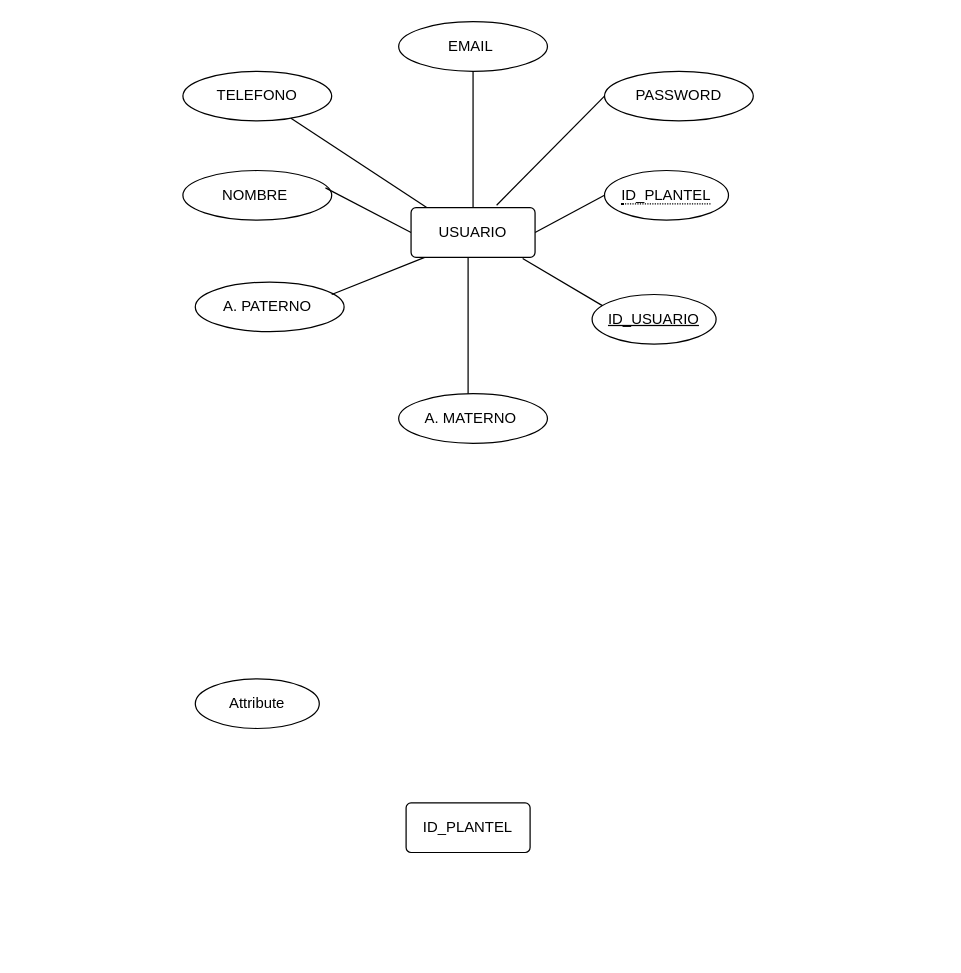
EricLujano/REPOSITORIO-BD-EGL keeps this draw.io diagram as Diagrama sin título.drawio. Above is the earlier version. Source tidied: cells renumbered, new cells numbered last; positions are measured from the earlier drawing's top-left corner, leaving out a move shared by most shapes. Both pictures are drawn from the tidied source at 124%, with x=0, y=0 at pixel (182, 21).
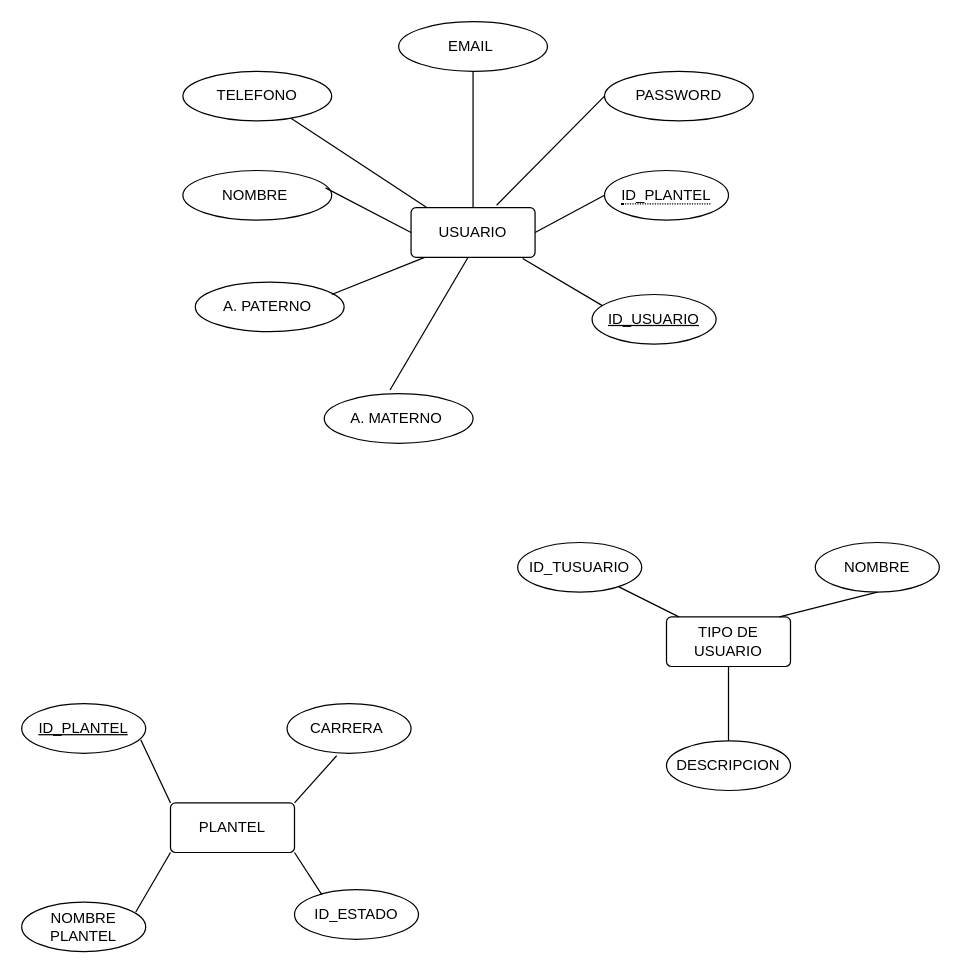
The same page after the edit.

Commit message:
TIPO DE USUARIO_EGL

Diff of the diagram source:
```diff
@@
     <mxCell id="5" value="A. MATERNO&amp;nbsp;" style="ellipse;whiteSpace=wrap;html=1;" parent="1" vertex="1">
-      <mxGeometry x="174" y="300" width="120" height="40" as="geometry" />
+      <mxGeometry x="114" y="300" width="120" height="40" as="geometry" />
     </mxCell>
@@
-    <mxCell id="9" style="endArrow=none;html=1;rounded=0;endFill=0;" parent="1" edge="1">
+    <mxCell id="9" style="endArrow=none;html=1;rounded=0;endFill=0;entryX=0.442;entryY=-0.075;entryDx=0;entryDy=0;entryPerimeter=0;" parent="1" edge="1" target="5">
       <mxGeometry relative="1" as="geometry">
         <mxPoint x="230" y="190" as="sourcePoint" />
-        <mxPoint x="230" y="300" as="targetPoint" />
       </mxGeometry>
     </mxCell>
@@
-    <mxCell id="19" value="ID_PLANTEL" style="rounded=1;arcSize=10;whiteSpace=wrap;html=1;align=center;" parent="1" vertex="1">
-      <mxGeometry x="180" y="630" width="100" height="40" as="geometry" />
+    <mxCell id="19" value="PLANTEL" style="rounded=1;arcSize=10;whiteSpace=wrap;html=1;align=center;" parent="1" vertex="1">
+      <mxGeometry x="-10" y="630" width="100" height="40" as="geometry" />
     </mxCell>
-    <mxCell id="20" value="Attribute" style="ellipse;whiteSpace=wrap;html=1;align=center;" parent="1" vertex="1">
-      <mxGeometry x="10" y="530" width="100" height="40" as="geometry" />
-    </mxCell>
+    <mxCell id="21" value="ID_PLANTEL" style="ellipse;whiteSpace=wrap;html=1;align=center;fontStyle=4;" parent="1" vertex="1">
+      <mxGeometry x="-130" y="550" width="100" height="40" as="geometry" />
+    </mxCell>
+    <mxCell id="22" value="NOMBRE PLANTEL" style="ellipse;whiteSpace=wrap;html=1;align=center;" parent="1" vertex="1">
+      <mxGeometry x="-130" y="710" width="100" height="40" as="geometry" />
+    </mxCell>
+    <mxCell id="23" value="CARRERA&amp;nbsp;" style="ellipse;whiteSpace=wrap;html=1;align=center;" parent="1" vertex="1">
+      <mxGeometry x="84" y="550" width="100" height="40" as="geometry" />
+    </mxCell>
+    <mxCell id="24" value="ID_ESTADO" style="ellipse;whiteSpace=wrap;html=1;align=center;" parent="1" vertex="1">
+      <mxGeometry x="90" y="700" width="100" height="40" as="geometry" />
+    </mxCell>
+    <mxCell id="25" style="endArrow=none;html=1;rounded=0;exitX=0.92;exitY=0.2;exitDx=0;exitDy=0;exitPerimeter=0;entryX=0;entryY=1;entryDx=0;entryDy=0;" parent="1" edge="1" source="22" target="19">
+      <mxGeometry relative="1" as="geometry" />
+    </mxCell>
+    <mxCell id="26" style="endArrow=none;html=1;rounded=0;exitX=1;exitY=0;exitDx=0;exitDy=0;entryX=0.4;entryY=1.05;entryDx=0;entryDy=0;entryPerimeter=0;" parent="1" edge="1" source="19" target="23">
+      <mxGeometry relative="1" as="geometry" />
+    </mxCell>
+    <mxCell id="27" style="endArrow=none;html=1;rounded=0;exitX=1;exitY=1;exitDx=0;exitDy=0;entryX=0.22;entryY=0.1;entryDx=0;entryDy=0;entryPerimeter=0;" parent="1" edge="1" source="19" target="24">
+      <mxGeometry relative="1" as="geometry" />
+    </mxCell>
+    <mxCell id="28" style="endArrow=none;html=1;rounded=0;exitX=0.96;exitY=0.725;exitDx=0;exitDy=0;exitPerimeter=0;entryX=0;entryY=0;entryDx=0;entryDy=0;" parent="1" edge="1" source="21" target="19">
+      <mxGeometry relative="1" as="geometry" />
+    </mxCell>
+    <mxCell id="29" value="TIPO DE USUARIO" style="rounded=1;arcSize=10;whiteSpace=wrap;html=1;align=center;" parent="1" vertex="1">
+      <mxGeometry x="390" y="480" width="100" height="40" as="geometry" />
+    </mxCell>
+    <mxCell id="30" value="ID_TUSUARIO" style="ellipse;whiteSpace=wrap;html=1;align=center;" parent="1" vertex="1">
+      <mxGeometry x="270" y="420" width="100" height="40" as="geometry" />
+    </mxCell>
+    <mxCell id="31" value="NOMBRE" style="ellipse;whiteSpace=wrap;html=1;align=center;" parent="1" vertex="1">
+      <mxGeometry x="510" y="420" width="100" height="40" as="geometry" />
+    </mxCell>
+    <mxCell id="32" value="DESCRIPCION" style="ellipse;whiteSpace=wrap;html=1;align=center;" parent="1" vertex="1">
+      <mxGeometry x="390" y="580" width="100" height="40" as="geometry" />
+    </mxCell>
+    <mxCell id="33" style="endArrow=none;html=1;rounded=0;entryX=0.5;entryY=1;entryDx=0;entryDy=0;exitX=0.5;exitY=0;exitDx=0;exitDy=0;" parent="1" edge="1" source="32" target="29">
+      <mxGeometry relative="1" as="geometry" />
+    </mxCell>
+    <mxCell id="34" style="endArrow=none;html=1;rounded=0;" parent="1" edge="1" source="30" target="29">
+      <mxGeometry relative="1" as="geometry" />
+    </mxCell>
+    <mxCell id="35" style="endArrow=none;html=1;rounded=0;exitX=0.5;exitY=1;exitDx=0;exitDy=0;entryX=0.91;entryY=0;entryDx=0;entryDy=0;entryPerimeter=0;" parent="1" edge="1" source="31" target="29">
+      <mxGeometry relative="1" as="geometry" />
+    </mxCell>
```
